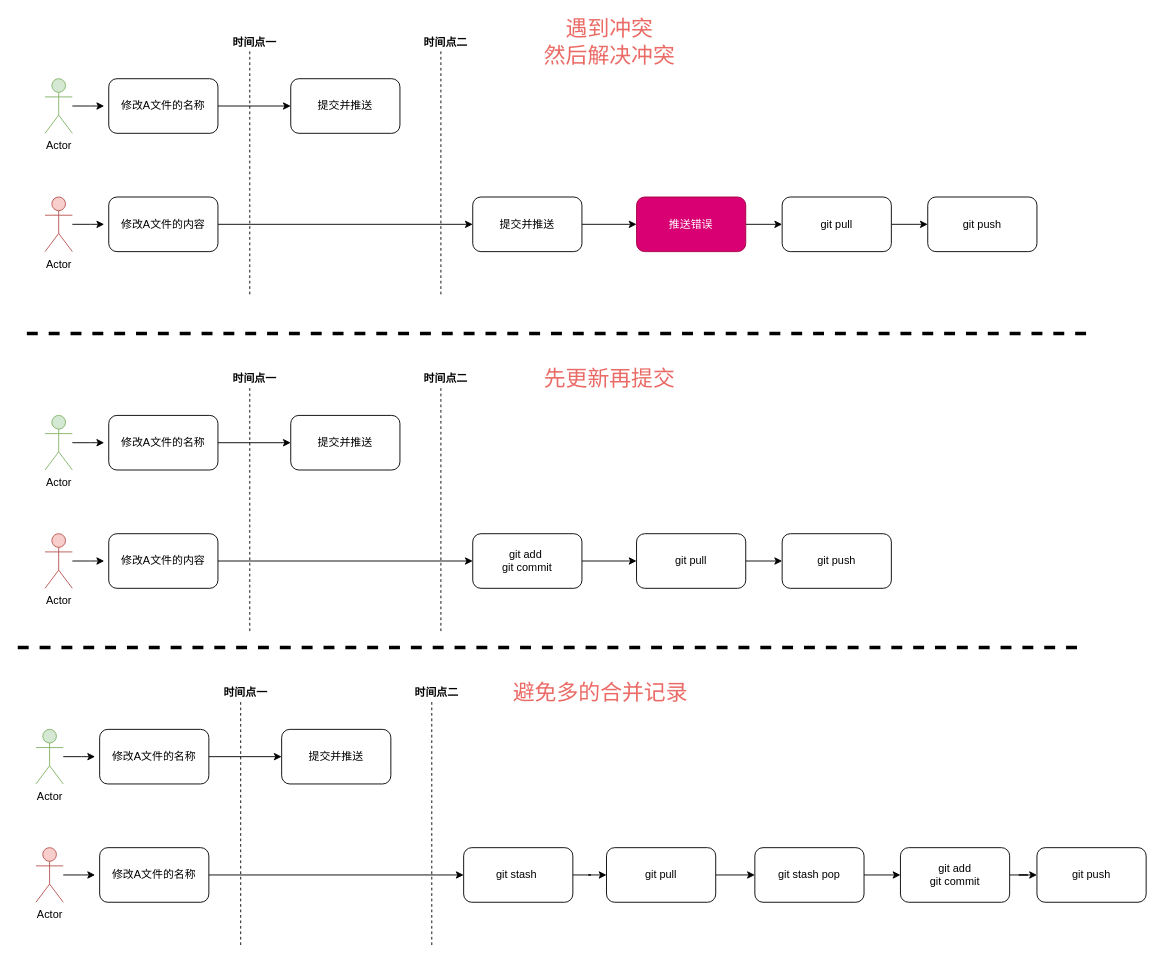
Above: page "修改文件名和文件内容给你" (4 of 5) of git提交文件.drawio in fxiaoyu97/Algorithm-Utils (draw.io), before the change. Source tidied: cells renumbered, new cells numbered last; positions are measured from the earlier drawing's top-left corner, leaving out a move shared by most shapes. Both pictures are drawn from the tidied source at 91%, with x=0, y=0 at pixel (17, 24).
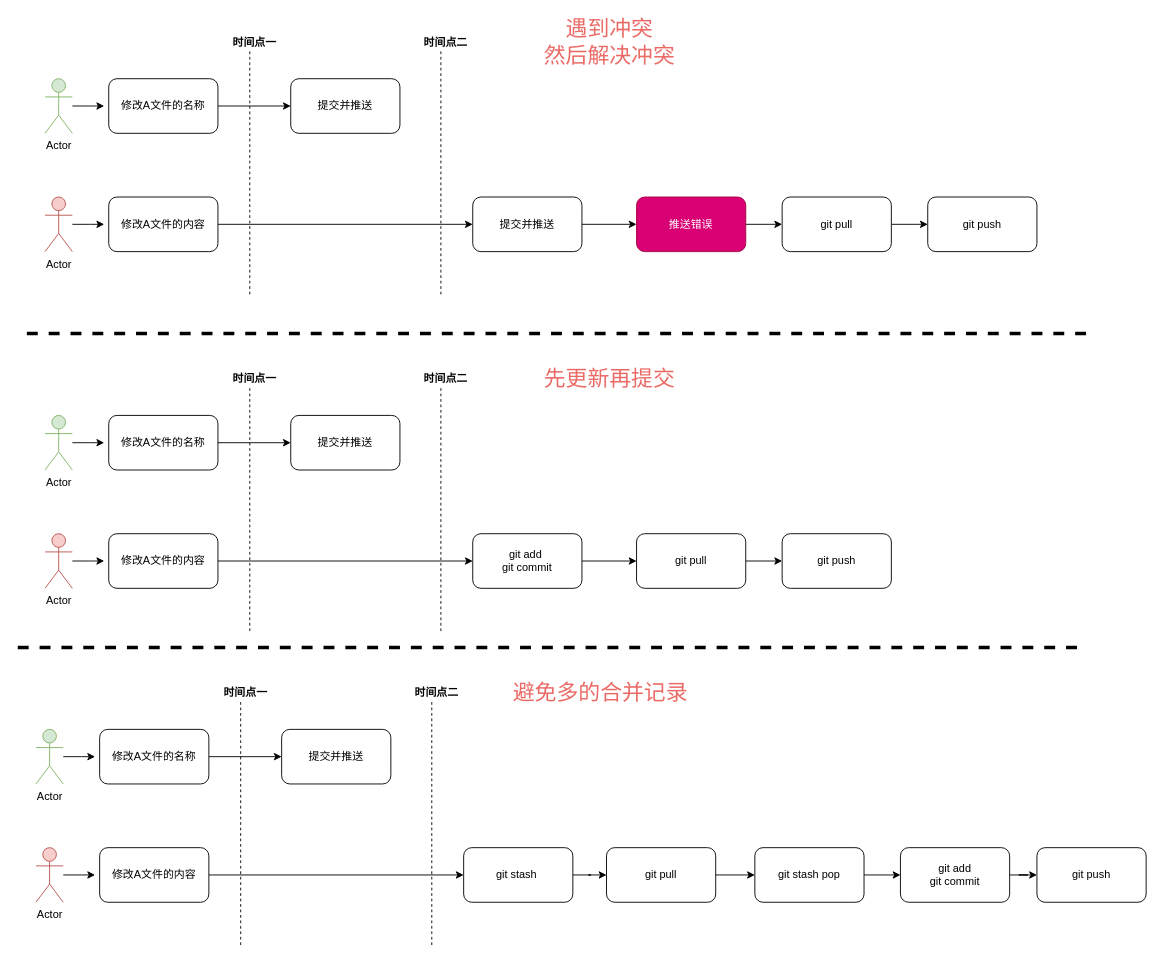
After the change.

The edit, as a diff of the source:
```diff
@@
-    <mxCell id="56" value="修改A文件的名称" style="rounded=1;whiteSpace=wrap;html=1;" parent="1" vertex="1">
+    <mxCell id="56" value="修改A文件的内容" style="rounded=1;whiteSpace=wrap;html=1;" parent="1" vertex="1">
       <mxGeometry x="90" y="905" width="120" height="60" as="geometry" />
     </mxCell>
```
